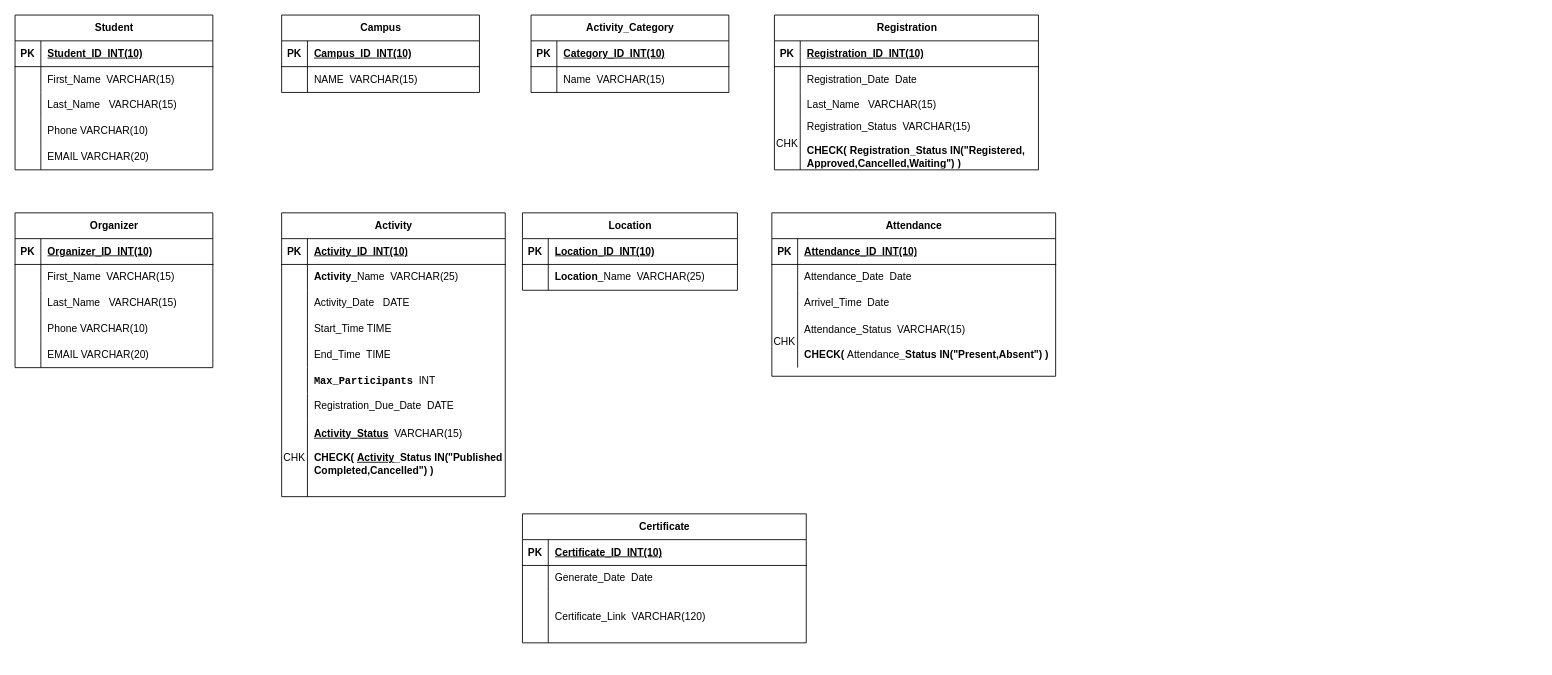
Above: database design-353Project.drawio in Abdulrhman-jr/IT353--Project-AbdulrhmanJabr (draw.io), before the change. Source tidied: cells renumbered, new cells numbered last; positions are measured from the earlier drawing's top-left corner, leaving out a move shared by most shapes. Both pictures are drawn from the tidied source at 86%, with x=0, y=0 at pixel (15, 15).
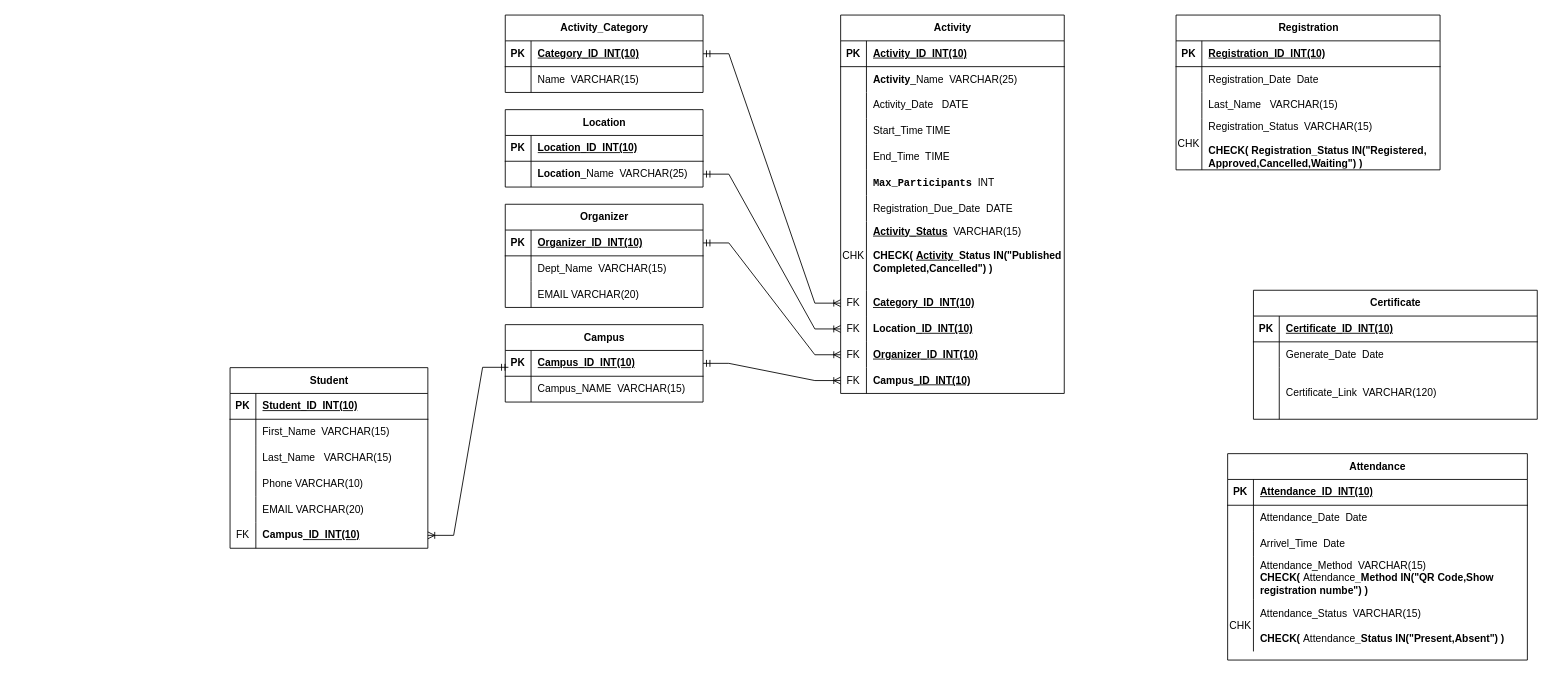
The same diagram, later.

Commit message:
add relations between tables and alter some tables columns.drawio.drawio

Unchanged cells that the change refers to:
```xml
<mxCell id="19" style="shape=tableRow;horizontal=0;startSize=0;swimlaneHead=0;swimlaneBody=0;fillColor=none;points=[[0,0.5],[1,0.5]];portConstraint=eastwest;top=0;left=0;right=0;bottom=1;" parent="18" vertex="1">
  <mxGeometry y="30" width="230" height="30" as="geometry" />
</mxCell>
<mxCell id="22" style="shape=tableRow;horizontal=0;startSize=0;swimlaneHead=0;swimlaneBody=0;fillColor=none;top=0;left=0;right=0;bottom=0;" parent="18" vertex="1">
  <mxGeometry y="60" width="230" height="30" as="geometry" />
</mxCell>
<mxCell id="26" style="shape=tableRow;horizontal=0;startSize=0;swimlaneHead=0;swimlaneBody=0;fillColor=none;points=[[0,0.5],[1,0.5]];portConstraint=eastwest;top=0;left=0;right=0;bottom=1;" parent="25" vertex="1">
  <mxGeometry y="30" width="230" height="30" as="geometry" />
</mxCell>
<mxCell id="33" style="shape=tableRow;horizontal=0;startSize=0;swimlaneHead=0;swimlaneBody=0;fillColor=none;points=[[0,0.5],[1,0.5]];portConstraint=eastwest;top=0;left=0;right=0;bottom=1;" parent="32" vertex="1">
  <mxGeometry y="30" width="230" height="30" as="geometry" />
</mxCell>
<mxCell id="36" style="shape=tableRow;horizontal=0;startSize=0;swimlaneHead=0;swimlaneBody=0;fillColor=none;top=0;left=0;right=0;bottom=0;" parent="32" vertex="1">
  <mxGeometry y="60" width="230" height="30" as="geometry" />
</mxCell>
```

Diff of the diagram source:
```diff
@@
     <mxCell id="2" value="Student" style="shape=table;startSize=30;childLayout=tableLayout;rowLines=0;fontStyle=1;align=center;html=1;" parent="1" vertex="1">
-      <mxGeometry width="230" height="180" as="geometry" />
+      <mxGeometry x="250" y="410" width="230" height="210" as="geometry" />
     </mxCell>
@@
+    <mxCell id="116" style="shape=tableRow;horizontal=0;startSize=0;swimlaneHead=0;swimlaneBody=0;fillColor=none;points=[[0,0.5],[1,0.5]];portConstraint=eastwest;top=0;left=0;right=0;bottom=0;" parent="2" vertex="1">
+      <mxGeometry y="180" width="230" height="30" as="geometry" />
+    </mxCell>
+    <mxCell id="117" value="FK" style="shape=partialRectangle;fillColor=none;top=0;left=0;bottom=0;right=0;overflow=hidden;whiteSpace=wrap;html=1;" parent="116" vertex="1">
+      <mxGeometry width="30" height="30" as="geometry" />
+    </mxCell>
+    <mxCell id="118" value="&lt;span style=&quot;font-weight: 700; text-wrap: nowrap; text-align: center;&quot;&gt;Campus&lt;/span&gt;&lt;span style=&quot;font-weight: 700; text-decoration-line: underline;&quot;&gt;_ID&amp;nbsp; INT(10)&lt;/span&gt;" style="shape=partialRectangle;fillColor=none;top=0;left=0;bottom=0;right=0;align=left;spacingLeft=6;overflow=hidden;whiteSpace=wrap;html=1;" parent="116" vertex="1">
+      <mxGeometry x="30" width="200" height="30" as="geometry" />
+    </mxCell>
     <mxCell id="18" value="Campus" style="shape=table;startSize=30;childLayout=tableLayout;rowLines=0;fontStyle=1;align=center;html=1;" parent="1" vertex="1">
-      <mxGeometry x="310" width="230" height="90" as="geometry" />
+      <mxGeometry x="570" y="360" width="230" height="90" as="geometry" />
     </mxCell>
@@
-    <mxCell id="24" value="NAME&amp;nbsp; VARCHAR(15)" style="shape=partialRectangle;fillColor=none;top=0;left=0;bottom=0;right=0;align=left;spacingLeft=6;overflow=hidden;whiteSpace=wrap;html=1;" parent="22" vertex="1">
+    <mxCell id="24" value="Campus_NAME&amp;nbsp; VARCHAR(15)" style="shape=partialRectangle;fillColor=none;top=0;left=0;bottom=0;right=0;align=left;spacingLeft=6;overflow=hidden;whiteSpace=wrap;html=1;" parent="22" vertex="1">
       <mxGeometry x="30" width="200" height="30" as="geometry" />
     </mxCell>
     <mxCell id="25" value="Activity_Category" style="shape=table;startSize=30;childLayout=tableLayout;rowLines=0;fontStyle=1;align=center;html=1;" parent="1" vertex="1">
-      <mxGeometry x="600" width="230" height="90" as="geometry" />
+      <mxGeometry x="570" width="230" height="90" as="geometry" />
     </mxCell>
@@
     <mxCell id="32" value="Organizer" style="shape=table;startSize=30;childLayout=tableLayout;rowLines=0;fontStyle=1;align=center;html=1;" parent="1" vertex="1">
-      <mxGeometry y="230" width="230" height="180" as="geometry" />
+      <mxGeometry x="570" y="220" width="230" height="120" as="geometry" />
     </mxCell>
@@
-    <mxCell id="38" value="First_Name&amp;nbsp; VARCHAR(15)" style="shape=partialRectangle;fillColor=none;top=0;left=0;bottom=0;right=0;align=left;spacingLeft=6;overflow=hidden;whiteSpace=wrap;html=1;" parent="36" vertex="1">
+    <mxCell id="38" value="Dept_Name&amp;nbsp; VARCHAR(15)" style="shape=partialRectangle;fillColor=none;top=0;left=0;bottom=0;right=0;align=left;spacingLeft=6;overflow=hidden;whiteSpace=wrap;html=1;" parent="36" vertex="1">
       <mxGeometry x="30" width="200" height="30" as="geometry" />
     </mxCell>
-    <mxCell id="39" style="shape=tableRow;horizontal=0;startSize=0;swimlaneHead=0;swimlaneBody=0;fillColor=none;top=0;left=0;right=0;bottom=0;" parent="32" vertex="1">
-      <mxGeometry y="90" width="230" height="30" as="geometry" />
-    </mxCell>
-    <mxCell id="40" style="shape=partialRectangle;fillColor=none;top=0;left=0;bottom=0;right=0;overflow=hidden;whiteSpace=wrap;html=1;" parent="39" vertex="1">
-      <mxGeometry width="30" height="30" as="geometry" />
-    </mxCell>
-    <mxCell id="41" value="Last_Name&amp;nbsp;&amp;nbsp;&amp;nbsp;VARCHAR(15)" style="shape=partialRectangle;fillColor=none;top=0;left=0;bottom=0;right=0;align=left;spacingLeft=6;overflow=hidden;whiteSpace=wrap;html=1;" parent="39" vertex="1">
-      <mxGeometry x="30" width="200" height="30" as="geometry" />
-    </mxCell>
-    <mxCell id="42" style="shape=tableRow;horizontal=0;startSize=0;swimlaneHead=0;swimlaneBody=0;fillColor=none;top=0;left=0;right=0;bottom=0;" parent="32" vertex="1">
-      <mxGeometry y="120" width="230" height="30" as="geometry" />
-    </mxCell>
-    <mxCell id="43" style="shape=partialRectangle;fillColor=none;top=0;left=0;bottom=0;right=0;overflow=hidden;whiteSpace=wrap;html=1;" parent="42" vertex="1">
-      <mxGeometry width="30" height="30" as="geometry" />
-    </mxCell>
-    <mxCell id="44" value="Phone VARCHAR(10)" style="shape=partialRectangle;fillColor=none;top=0;left=0;bottom=0;right=0;align=left;spacingLeft=6;overflow=hidden;whiteSpace=wrap;html=1;" parent="42" vertex="1">
-      <mxGeometry x="30" width="200" height="30" as="geometry" />
-    </mxCell>
     <mxCell id="45" style="shape=tableRow;horizontal=0;startSize=0;swimlaneHead=0;swimlaneBody=0;fillColor=none;top=0;left=0;right=0;bottom=0;" parent="32" vertex="1">
-      <mxGeometry y="150" width="230" height="30" as="geometry" />
+      <mxGeometry y="90" width="230" height="30" as="geometry" />
     </mxCell>
@@
     <mxCell id="48" value="Activity" style="shape=table;startSize=30;childLayout=tableLayout;rowLines=0;fontStyle=1;align=center;html=1;" parent="1" vertex="1">
-      <mxGeometry x="310" y="230" width="260" height="330" as="geometry" />
+      <mxGeometry x="960" width="260" height="440" as="geometry" />
     </mxCell>
@@
     <mxCell id="70" style="shape=tableRow;horizontal=0;startSize=0;swimlaneHead=0;swimlaneBody=0;fillColor=none;top=0;left=0;right=0;bottom=0;fontStyle=1;" parent="48" vertex="1">
-      <mxGeometry y="240" width="260" height="90" as="geometry" />
+      <mxGeometry y="240" width="260" height="80" as="geometry" />
     </mxCell>
     <mxCell id="71" value="CHK" style="shape=partialRectangle;fillColor=none;top=0;left=0;bottom=0;right=0;overflow=hidden;whiteSpace=wrap;html=1;" parent="70" vertex="1">
-      <mxGeometry width="30" height="90" as="geometry" />
+      <mxGeometry width="30" height="80" as="geometry" />
     </mxCell>
     <mxCell id="72" value="&lt;span style=&quot;text-wrap: nowrap; text-decoration-line: underline; font-weight: 700; text-align: center;&quot;&gt;Activity_Status&lt;/span&gt;&amp;nbsp; VARCHAR(15)&lt;div&gt;&lt;br&gt;&lt;/div&gt;&lt;div&gt;&lt;div&gt;&lt;b&gt;CHECK(&amp;nbsp;&lt;/b&gt;&lt;span style=&quot;font-weight: 700; text-align: center; text-wrap: nowrap; text-decoration-line: underline;&quot;&gt;Activity&lt;/span&gt;&lt;b&gt;&lt;span style=&quot;background-color: transparent; color: light-dark(rgb(0, 0, 0), rgb(255, 255, 255));&quot;&gt;_Status IN(&quot;&lt;/span&gt;&lt;/b&gt;&lt;span style=&quot;background-color: transparent; color: light-dark(rgb(0, 0, 0), rgb(255, 255, 255));&quot;&gt;&lt;b&gt;Published&lt;/b&gt;&lt;/span&gt;&lt;/div&gt;&lt;div&gt;&lt;span style=&quot;background-color: transparent; color: light-dark(rgb(0, 0, 0), rgb(255, 255, 255));&quot;&gt;&lt;b&gt;Completed&lt;/b&gt;&lt;/span&gt;&lt;b&gt;&lt;span style=&quot;background-color: transparent; color: light-dark(rgb(0, 0, 0), rgb(255, 255, 255));&quot;&gt;,&lt;/span&gt;&lt;span style=&quot;background-color: transparent; color: light-dark(rgb(0, 0, 0), rgb(255, 255, 255));&quot;&gt;Cancelled&lt;/span&gt;&lt;span style=&quot;background-color: transparent; color: light-dark(rgb(0, 0, 0), rgb(255, 255, 255));&quot;&gt;&quot;) )&lt;/span&gt;&lt;/b&gt;&lt;/div&gt;&lt;/div&gt;&lt;div&gt;&lt;br&gt;&lt;/div&gt;" style="shape=partialRectangle;fillColor=none;top=0;left=0;bottom=0;right=0;align=left;spacingLeft=6;overflow=hidden;whiteSpace=wrap;html=1;" parent="70" vertex="1">
-      <mxGeometry x="30" width="230" height="90" as="geometry" />
+      <mxGeometry x="30" width="230" height="80" as="geometry" />
     </mxCell>
+    <mxCell id="119" style="shape=tableRow;horizontal=0;startSize=0;swimlaneHead=0;swimlaneBody=0;fillColor=none;points=[[0,0.5],[1,0.5]];portConstraint=eastwest;top=0;left=0;right=0;bottom=0;fontStyle=1;" parent="48" vertex="1">
+      <mxGeometry y="320" width="260" height="30" as="geometry" />
+    </mxCell>
+    <mxCell id="120" value="FK" style="shape=partialRectangle;fillColor=none;top=0;left=0;bottom=0;right=0;overflow=hidden;whiteSpace=wrap;html=1;" parent="119" vertex="1">
+      <mxGeometry width="30" height="30" as="geometry" />
+    </mxCell>
+    <mxCell id="121" value="&lt;span style=&quot;font-weight: 700; text-decoration-line: underline;&quot;&gt;Category_ID&amp;nbsp; INT(10)&lt;/span&gt;" style="shape=partialRectangle;fillColor=none;top=0;left=0;bottom=0;right=0;align=left;spacingLeft=6;overflow=hidden;whiteSpace=wrap;html=1;" parent="119" vertex="1">
+      <mxGeometry x="30" width="230" height="30" as="geometry" />
+    </mxCell>
+    <mxCell id="122" style="shape=tableRow;horizontal=0;startSize=0;swimlaneHead=0;swimlaneBody=0;fillColor=none;points=[[0,0.5],[1,0.5]];portConstraint=eastwest;top=0;left=0;right=0;bottom=0;fontStyle=1;" parent="48" vertex="1">
+      <mxGeometry y="350" width="260" height="30" as="geometry" />
+    </mxCell>
+    <mxCell id="123" value="FK" style="shape=partialRectangle;fillColor=none;top=0;left=0;bottom=0;right=0;overflow=hidden;whiteSpace=wrap;html=1;" parent="122" vertex="1">
+      <mxGeometry width="30" height="30" as="geometry" />
+    </mxCell>
+    <mxCell id="124" value="&lt;span style=&quot;font-weight: 700; text-wrap: nowrap; text-align: center;&quot;&gt;Location&lt;/span&gt;&lt;span style=&quot;font-weight: 700; text-decoration-line: underline;&quot;&gt;_ID&amp;nbsp; INT(10)&lt;/span&gt;" style="shape=partialRectangle;fillColor=none;top=0;left=0;bottom=0;right=0;align=left;spacingLeft=6;overflow=hidden;whiteSpace=wrap;html=1;" parent="122" vertex="1">
+      <mxGeometry x="30" width="230" height="30" as="geometry" />
+    </mxCell>
+    <mxCell id="125" style="shape=tableRow;horizontal=0;startSize=0;swimlaneHead=0;swimlaneBody=0;fillColor=none;points=[[0,0.5],[1,0.5]];portConstraint=eastwest;top=0;left=0;right=0;bottom=0;fontStyle=1;" parent="48" vertex="1">
+      <mxGeometry y="380" width="260" height="30" as="geometry" />
+    </mxCell>
+    <mxCell id="126" value="FK" style="shape=partialRectangle;fillColor=none;top=0;left=0;bottom=0;right=0;overflow=hidden;whiteSpace=wrap;html=1;" parent="125" vertex="1">
+      <mxGeometry width="30" height="30" as="geometry" />
+    </mxCell>
+    <mxCell id="127" value="&lt;span style=&quot;font-weight: 700; text-decoration-line: underline;&quot;&gt;Organizer_ID&amp;nbsp; INT(10)&lt;/span&gt;" style="shape=partialRectangle;fillColor=none;top=0;left=0;bottom=0;right=0;align=left;spacingLeft=6;overflow=hidden;whiteSpace=wrap;html=1;" parent="125" vertex="1">
+      <mxGeometry x="30" width="230" height="30" as="geometry" />
+    </mxCell>
+    <mxCell id="128" style="shape=tableRow;horizontal=0;startSize=0;swimlaneHead=0;swimlaneBody=0;fillColor=none;points=[[0,0.5],[1,0.5]];portConstraint=eastwest;top=0;left=0;right=0;bottom=0;fontStyle=1;" parent="48" vertex="1">
+      <mxGeometry y="410" width="260" height="30" as="geometry" />
+    </mxCell>
+    <mxCell id="129" value="FK" style="shape=partialRectangle;fillColor=none;top=0;left=0;bottom=0;right=0;overflow=hidden;whiteSpace=wrap;html=1;" parent="128" vertex="1">
+      <mxGeometry width="30" height="30" as="geometry" />
+    </mxCell>
+    <mxCell id="130" value="&lt;span style=&quot;font-weight: 700; text-wrap: nowrap; text-align: center;&quot;&gt;Campus&lt;/span&gt;&lt;span style=&quot;font-weight: 700; text-decoration-line: underline;&quot;&gt;_ID&amp;nbsp; INT(10)&lt;/span&gt;" style="shape=partialRectangle;fillColor=none;top=0;left=0;bottom=0;right=0;align=left;spacingLeft=6;overflow=hidden;whiteSpace=wrap;html=1;" parent="128" vertex="1">
+      <mxGeometry x="30" width="230" height="30" as="geometry" />
+    </mxCell>
     <mxCell id="73" value="Location" style="shape=table;startSize=30;childLayout=tableLayout;rowLines=0;fontStyle=1;align=center;html=1;" parent="1" vertex="1">
-      <mxGeometry x="590" y="230" width="250" height="90" as="geometry" />
+      <mxGeometry x="570" y="110" width="230" height="90" as="geometry" />
     </mxCell>
     <mxCell id="74" style="shape=tableRow;horizontal=0;startSize=0;swimlaneHead=0;swimlaneBody=0;fillColor=none;top=0;left=0;right=0;bottom=1;" parent="73" vertex="1">
-      <mxGeometry y="30" width="250" height="30" as="geometry" />
+      <mxGeometry y="30" width="230" height="30" as="geometry" />
     </mxCell>
@@
     <mxCell id="76" value="&lt;span style=&quot;text-align: center; text-wrap: nowrap;&quot;&gt;Location&lt;/span&gt;_ID&amp;nbsp; INT(10)" style="shape=partialRectangle;fillColor=none;top=0;left=0;bottom=0;right=0;align=left;spacingLeft=6;fontStyle=5;overflow=hidden;whiteSpace=wrap;html=1;" parent="74" vertex="1">
-      <mxGeometry x="30" width="220" height="30" as="geometry" />
+      <mxGeometry x="30" width="200" height="30" as="geometry" />
     </mxCell>
     <mxCell id="77" style="shape=tableRow;horizontal=0;startSize=0;swimlaneHead=0;swimlaneBody=0;fillColor=none;points=[[0,0.5],[1,0.5]];portConstraint=eastwest;top=0;left=0;right=0;bottom=0;" parent="73" vertex="1">
-      <mxGeometry y="60" width="250" height="30" as="geometry" />
+      <mxGeometry y="60" width="230" height="30" as="geometry" />
     </mxCell>
@@
     <mxCell id="79" value="&lt;span style=&quot;font-weight: 700; text-align: center; text-wrap: nowrap;&quot;&gt;Location&lt;/span&gt;_Name&amp;nbsp; VARCHAR(25)" style="shape=partialRectangle;fillColor=none;top=0;left=0;bottom=0;right=0;align=left;spacingLeft=6;overflow=hidden;whiteSpace=wrap;html=1;" parent="77" vertex="1">
-      <mxGeometry x="30" width="220" height="30" as="geometry" />
+      <mxGeometry x="30" width="200" height="30" as="geometry" />
     </mxCell>
     <mxCell id="80" value="Registration" style="shape=table;startSize=30;childLayout=tableLayout;rowLines=0;fontStyle=1;align=center;html=1;" parent="1" vertex="1">
-      <mxGeometry x="883" width="307" height="180" as="geometry" />
+      <mxGeometry x="1350" width="307" height="180" as="geometry" />
     </mxCell>
@@
     <mxCell id="93" value="Attendance" style="shape=table;startSize=30;childLayout=tableLayout;rowLines=0;fontStyle=1;align=center;html=1;" parent="1" vertex="1">
-      <mxGeometry x="880" y="230" width="330" height="190" as="geometry" />
+      <mxGeometry x="1410" y="510" width="348.5" height="240" as="geometry" />
     </mxCell>
     <mxCell id="94" style="shape=tableRow;horizontal=0;startSize=0;swimlaneHead=0;swimlaneBody=0;fillColor=none;top=0;left=0;right=0;bottom=1;" parent="93" vertex="1">
-      <mxGeometry y="30" width="330" height="30" as="geometry" />
+      <mxGeometry y="30" width="348.5" height="30" as="geometry" />
     </mxCell>
@@
     <mxCell id="96" value="Attendance_ID&amp;nbsp; INT(10)" style="shape=partialRectangle;fillColor=none;top=0;left=0;bottom=0;right=0;align=left;spacingLeft=6;fontStyle=5;overflow=hidden;whiteSpace=wrap;html=1;" parent="94" vertex="1">
-      <mxGeometry x="30" width="300" height="30" as="geometry" />
+      <mxGeometry x="30" width="318.5" height="30" as="geometry" />
     </mxCell>
     <mxCell id="97" style="shape=tableRow;horizontal=0;startSize=0;swimlaneHead=0;swimlaneBody=0;fillColor=none;top=0;left=0;right=0;bottom=0;" parent="93" vertex="1">
-      <mxGeometry y="60" width="330" height="30" as="geometry" />
+      <mxGeometry y="60" width="348.5" height="30" as="geometry" />
     </mxCell>
@@
     <mxCell id="99" value="Attendance_Date&amp;nbsp; Date" style="shape=partialRectangle;fillColor=none;top=0;left=0;bottom=0;right=0;align=left;spacingLeft=6;overflow=hidden;whiteSpace=wrap;html=1;" parent="97" vertex="1">
-      <mxGeometry x="30" width="300" height="30" as="geometry" />
+      <mxGeometry x="30" width="318.5" height="30" as="geometry" />
     </mxCell>
     <mxCell id="100" style="shape=tableRow;horizontal=0;startSize=0;swimlaneHead=0;swimlaneBody=0;fillColor=none;top=0;left=0;right=0;bottom=0;" parent="93" vertex="1">
-      <mxGeometry y="90" width="330" height="30" as="geometry" />
+      <mxGeometry y="90" width="348.5" height="30" as="geometry" />
     </mxCell>
@@
     <mxCell id="102" value="Arrivel_Time&amp;nbsp; Date" style="shape=partialRectangle;fillColor=none;top=0;left=0;bottom=0;right=0;align=left;spacingLeft=6;overflow=hidden;whiteSpace=wrap;html=1;" parent="100" vertex="1">
-      <mxGeometry x="30" width="300" height="30" as="geometry" />
+      <mxGeometry x="30" width="318.5" height="30" as="geometry" />
     </mxCell>
+    <mxCell id="131" style="shape=tableRow;horizontal=0;startSize=0;swimlaneHead=0;swimlaneBody=0;fillColor=none;top=0;left=0;right=0;bottom=0;" parent="93" vertex="1">
+      <mxGeometry y="120" width="348.5" height="50" as="geometry" />
+    </mxCell>
+    <mxCell id="132" style="shape=partialRectangle;fillColor=none;top=0;left=0;bottom=0;right=0;overflow=hidden;whiteSpace=wrap;html=1;" parent="131" vertex="1">
+      <mxGeometry width="30" height="50" as="geometry" />
+    </mxCell>
+    <mxCell id="133" value="Attendance_Method&amp;nbsp; VARCHAR(15)&lt;div&gt;&lt;b&gt;CHECK(&amp;nbsp;&lt;/b&gt;Attendance&lt;b&gt;&lt;span style=&quot;background-color: transparent; color: light-dark(rgb(0, 0, 0), rgb(255, 255, 255));&quot;&gt;_Method IN(&quot;&lt;/span&gt;&lt;span style=&quot;background-color: transparent; color: light-dark(rgb(0, 0, 0), rgb(255, 255, 255));&quot;&gt;QR Code,&lt;/span&gt;&lt;/b&gt;&lt;b style=&quot;color: light-dark(rgb(0, 0, 0), rgb(255, 255, 255)); background-color: transparent;&quot;&gt;&lt;span style=&quot;background-color: transparent; color: light-dark(rgb(0, 0, 0), rgb(255, 255, 255));&quot;&gt;Show registration numbe&lt;/span&gt;&lt;/b&gt;&lt;b style=&quot;background-color: transparent; color: light-dark(rgb(0, 0, 0), rgb(255, 255, 255));&quot;&gt;&lt;span style=&quot;background-color: transparent; color: light-dark(rgb(0, 0, 0), rgb(255, 255, 255));&quot;&gt;&quot;) )&lt;/span&gt;&lt;/b&gt;&lt;/div&gt;" style="shape=partialRectangle;fillColor=none;top=0;left=0;bottom=0;right=0;align=left;spacingLeft=6;overflow=hidden;whiteSpace=wrap;html=1;" parent="131" vertex="1">
+      <mxGeometry x="30" width="318.5" height="50" as="geometry" />
+    </mxCell>
     <mxCell id="103" style="shape=tableRow;horizontal=0;startSize=0;swimlaneHead=0;swimlaneBody=0;fillColor=none;top=0;left=0;right=0;bottom=0;" parent="93" vertex="1">
-      <mxGeometry y="120" width="330" height="60" as="geometry" />
+      <mxGeometry y="170" width="348.5" height="60" as="geometry" />
     </mxCell>
@@
     <mxCell id="105" value="Attendance_Status&amp;nbsp; VARCHAR(15)&lt;div&gt;&lt;br&gt;&lt;div&gt;&lt;b&gt;CHECK(&amp;nbsp;&lt;/b&gt;Attendance&lt;b&gt;&lt;span style=&quot;background-color: transparent; color: light-dark(rgb(0, 0, 0), rgb(255, 255, 255));&quot;&gt;_Status IN(&quot;&lt;/span&gt;&lt;span style=&quot;background-color: transparent; color: light-dark(rgb(0, 0, 0), rgb(255, 255, 255));&quot;&gt;Present,&lt;/span&gt;&lt;/b&gt;&lt;b style=&quot;background-color: transparent; color: light-dark(rgb(0, 0, 0), rgb(255, 255, 255));&quot;&gt;&lt;span style=&quot;background-color: transparent; color: light-dark(rgb(0, 0, 0), rgb(255, 255, 255));&quot;&gt;Absent&lt;/span&gt;&lt;span style=&quot;background-color: transparent; color: light-dark(rgb(0, 0, 0), rgb(255, 255, 255));&quot;&gt;&quot;) )&lt;/span&gt;&lt;/b&gt;&lt;/div&gt;&lt;/div&gt;" style="shape=partialRectangle;fillColor=none;top=0;left=0;bottom=0;right=0;align=left;spacingLeft=6;overflow=hidden;whiteSpace=wrap;html=1;" parent="103" vertex="1">
-      <mxGeometry x="30" width="300" height="60" as="geometry" />
+      <mxGeometry x="30" width="318.5" height="60" as="geometry" />
     </mxCell>
     <mxCell id="106" value="Certificate" style="shape=table;startSize=30;childLayout=tableLayout;rowLines=0;fontStyle=1;align=center;html=1;" parent="1" vertex="1">
-      <mxGeometry x="590" y="580" width="330" height="150" as="geometry" />
+      <mxGeometry x="1440" y="320" width="330" height="150" as="geometry" />
     </mxCell>
@@
+    <mxCell id="134" style="edgeStyle=entityRelationEdgeStyle;fontSize=12;html=1;endArrow=ERoneToMany;startArrow=ERmandOne;rounded=0;exitX=0.016;exitY=0.653;exitDx=0;exitDy=0;exitPerimeter=0;" parent="1" edge="1" source="19" target="116">
+      <mxGeometry relative="1" as="geometry" />
+    </mxCell>
+    <mxCell id="135" style="edgeStyle=entityRelationEdgeStyle;fontSize=12;html=1;endArrow=ERoneToMany;startArrow=ERmandOne;rounded=0;exitX=1;exitY=0.5;exitDx=0;exitDy=0;entryX=0;entryY=0.5;entryDx=0;entryDy=0;" parent="1" edge="1" source="26" target="119">
+      <mxGeometry relative="1" as="geometry" />
+    </mxCell>
+    <mxCell id="136" style="edgeStyle=entityRelationEdgeStyle;fontSize=12;html=1;endArrow=ERoneToMany;startArrow=ERmandOne;rounded=0;exitX=1;exitY=0.5;exitDx=0;exitDy=0;entryX=0;entryY=0.5;entryDx=0;entryDy=0;" parent="1" edge="1" source="77" target="122">
+      <mxGeometry relative="1" as="geometry" />
+    </mxCell>
+    <mxCell id="137" style="edgeStyle=entityRelationEdgeStyle;fontSize=12;html=1;endArrow=ERoneToMany;startArrow=ERmandOne;rounded=0;exitX=1;exitY=0.5;exitDx=0;exitDy=0;entryX=0;entryY=0.5;entryDx=0;entryDy=0;" parent="1" edge="1" source="33" target="125">
+      <mxGeometry relative="1" as="geometry" />
+    </mxCell>
+    <mxCell id="138" style="edgeStyle=entityRelationEdgeStyle;fontSize=12;html=1;endArrow=ERoneToMany;startArrow=ERmandOne;rounded=0;exitX=1;exitY=0.5;exitDx=0;exitDy=0;entryX=0;entryY=0.5;entryDx=0;entryDy=0;" parent="1" edge="1" source="19" target="128">
+      <mxGeometry relative="1" as="geometry" />
+    </mxCell>
```
